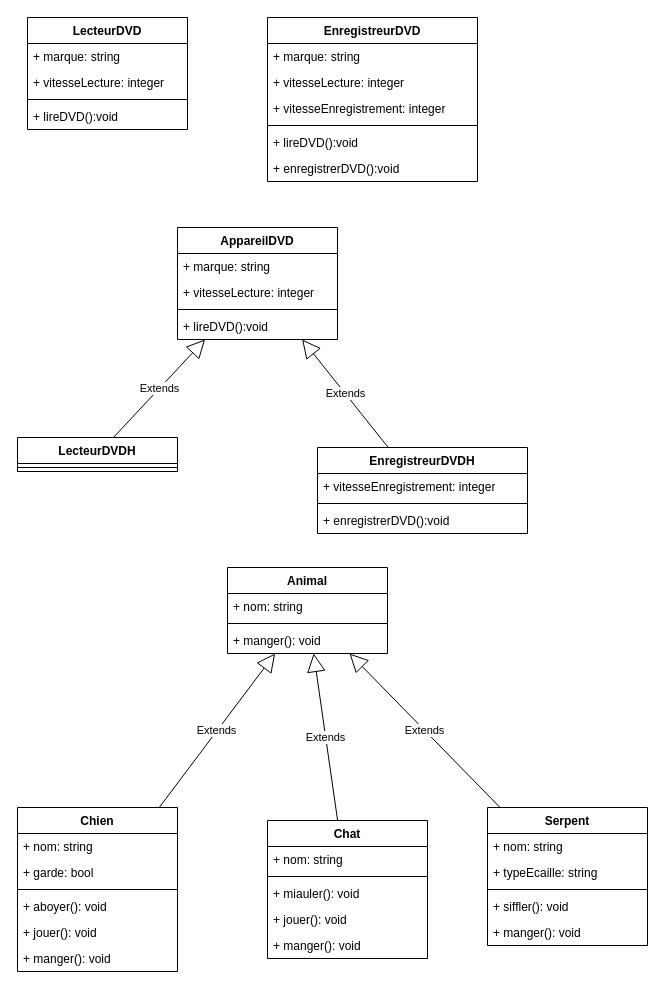
Earlier version of the draw.io diagram NotesCours/5.Héritage/1.BaseAnimaux/diagramme.drawio (choquitofrito/Int3-WAD-POO). Source tidied: cells renumbered, new cells numbered last; positions are measured from the earlier drawing's top-left corner, leaving out a move shared by most shapes. Both pictures are drawn from the tidied source at 100%, with x=0, y=0 at pixel (17, 17).
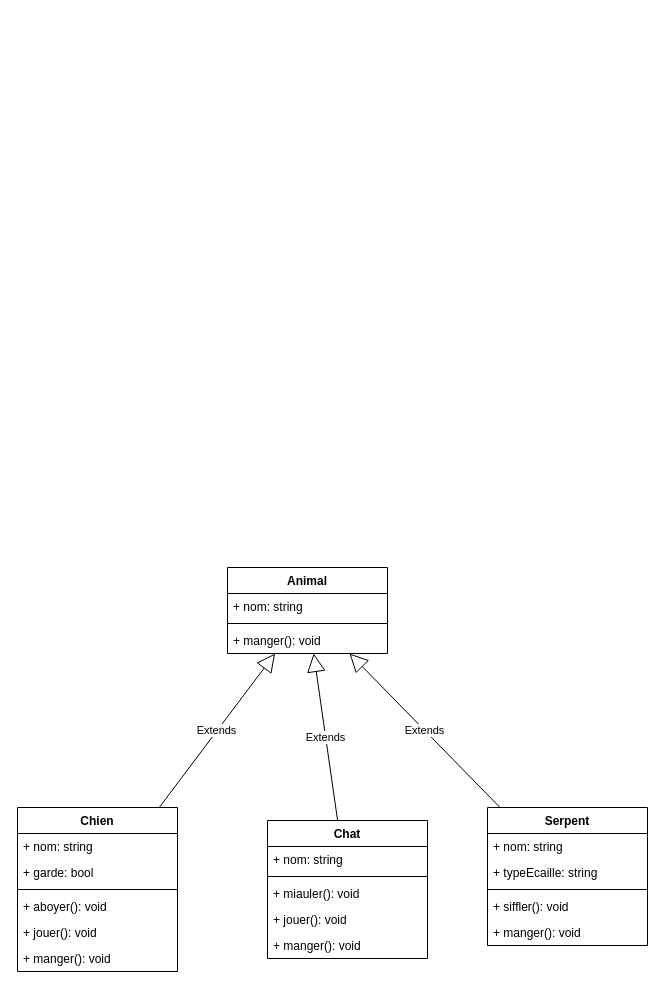
After the change.

Diff of the diagram source:
```diff
@@
-    <mxCell id="2" value="LecteurDVD" style="swimlane;fontStyle=1;align=center;verticalAlign=top;horizontal=1;startSize=26;whiteSpace=wrap;html=1;" parent="1" vertex="1">
-      <mxGeometry x="10" width="160" height="112" as="geometry" />
-    </mxCell>
-    <mxCell id="3" value="+ marque: string" style="text;strokeColor=none;fillColor=none;align=left;verticalAlign=top;spacingLeft=4;spacingRight=4;overflow=hidden;whiteSpace=wrap;html=1;" parent="2" vertex="1">
-      <mxGeometry y="26" width="160" height="26" as="geometry" />
-    </mxCell>
-    <mxCell id="4" value="+ vitesseLecture: integer" style="text;strokeColor=none;fillColor=none;align=left;verticalAlign=top;spacingLeft=4;spacingRight=4;overflow=hidden;whiteSpace=wrap;html=1;" parent="2" vertex="1">
-      <mxGeometry y="52" width="160" height="26" as="geometry" />
-    </mxCell>
-    <mxCell id="5" style="line;strokeWidth=1;fillColor=none;align=left;verticalAlign=middle;spacingTop=-1;spacingLeft=3;spacingRight=3;labelPosition=right;strokeColor=inherit;" parent="2" vertex="1">
-      <mxGeometry y="78" width="160" height="8" as="geometry" />
-    </mxCell>
-    <mxCell id="6" value="+ lireDVD():void" style="text;strokeColor=none;fillColor=none;align=left;verticalAlign=top;spacingLeft=4;spacingRight=4;overflow=hidden;whiteSpace=wrap;html=1;" parent="2" vertex="1">
-      <mxGeometry y="86" width="160" height="26" as="geometry" />
-    </mxCell>
-    <mxCell id="7" value="EnregistreurDVD" style="swimlane;fontStyle=1;align=center;verticalAlign=top;horizontal=1;startSize=26;whiteSpace=wrap;html=1;" parent="1" vertex="1">
-      <mxGeometry x="250" width="210" height="164" as="geometry" />
-    </mxCell>
-    <mxCell id="8" value="+ marque: string" style="text;strokeColor=none;fillColor=none;align=left;verticalAlign=top;spacingLeft=4;spacingRight=4;overflow=hidden;whiteSpace=wrap;html=1;" parent="7" vertex="1">
-      <mxGeometry y="26" width="210" height="26" as="geometry" />
-    </mxCell>
-    <mxCell id="9" value="+ vitesseLecture: integer" style="text;strokeColor=none;fillColor=none;align=left;verticalAlign=top;spacingLeft=4;spacingRight=4;overflow=hidden;whiteSpace=wrap;html=1;" parent="7" vertex="1">
-      <mxGeometry y="52" width="210" height="26" as="geometry" />
-    </mxCell>
-    <mxCell id="10" value="+ vitesseEnregistrement: integer" style="text;strokeColor=none;fillColor=none;align=left;verticalAlign=top;spacingLeft=4;spacingRight=4;overflow=hidden;whiteSpace=wrap;html=1;" parent="7" vertex="1">
-      <mxGeometry y="78" width="210" height="26" as="geometry" />
-    </mxCell>
-    <mxCell id="11" style="line;strokeWidth=1;fillColor=none;align=left;verticalAlign=middle;spacingTop=-1;spacingLeft=3;spacingRight=3;labelPosition=right;strokeColor=inherit;" parent="7" vertex="1">
-      <mxGeometry y="104" width="210" height="8" as="geometry" />
-    </mxCell>
-    <mxCell id="12" value="+ lireDVD():void" style="text;strokeColor=none;fillColor=none;align=left;verticalAlign=top;spacingLeft=4;spacingRight=4;overflow=hidden;whiteSpace=wrap;html=1;" parent="7" vertex="1">
-      <mxGeometry y="112" width="210" height="26" as="geometry" />
-    </mxCell>
-    <mxCell id="13" value="+ enregistrerDVD():void" style="text;strokeColor=none;fillColor=none;align=left;verticalAlign=top;spacingLeft=4;spacingRight=4;overflow=hidden;whiteSpace=wrap;html=1;" parent="7" vertex="1">
-      <mxGeometry y="138" width="210" height="26" as="geometry" />
-    </mxCell>
-    <mxCell id="14" value="LecteurDVDH" style="swimlane;fontStyle=1;align=center;verticalAlign=top;horizontal=1;startSize=26;whiteSpace=wrap;html=1;" parent="1" vertex="1">
-      <mxGeometry y="420" width="160" height="34" as="geometry" />
-    </mxCell>
-    <mxCell id="15" style="line;strokeWidth=1;fillColor=none;align=left;verticalAlign=middle;spacingTop=-1;spacingLeft=3;spacingRight=3;labelPosition=right;strokeColor=inherit;" parent="14" vertex="1">
-      <mxGeometry y="26" width="160" height="8" as="geometry" />
-    </mxCell>
-    <mxCell id="16" value="EnregistreurDVDH" style="swimlane;fontStyle=1;align=center;verticalAlign=top;horizontal=1;startSize=26;whiteSpace=wrap;html=1;" parent="1" vertex="1">
-      <mxGeometry x="300" y="430" width="210" height="86" as="geometry" />
-    </mxCell>
-    <mxCell id="17" value="+ vitesseEnregistrement: integer" style="text;strokeColor=none;fillColor=none;align=left;verticalAlign=top;spacingLeft=4;spacingRight=4;overflow=hidden;whiteSpace=wrap;html=1;" parent="16" vertex="1">
-      <mxGeometry y="26" width="210" height="26" as="geometry" />
-    </mxCell>
-    <mxCell id="18" style="line;strokeWidth=1;fillColor=none;align=left;verticalAlign=middle;spacingTop=-1;spacingLeft=3;spacingRight=3;labelPosition=right;strokeColor=inherit;" parent="16" vertex="1">
-      <mxGeometry y="52" width="210" height="8" as="geometry" />
-    </mxCell>
-    <mxCell id="19" value="+ enregistrerDVD():void" style="text;strokeColor=none;fillColor=none;align=left;verticalAlign=top;spacingLeft=4;spacingRight=4;overflow=hidden;whiteSpace=wrap;html=1;" parent="16" vertex="1">
-      <mxGeometry y="60" width="210" height="26" as="geometry" />
-    </mxCell>
-    <mxCell id="20" value="AppareilDVD" style="swimlane;fontStyle=1;align=center;verticalAlign=top;horizontal=1;startSize=26;whiteSpace=wrap;html=1;" parent="1" vertex="1">
-      <mxGeometry x="160" y="210" width="160" height="112" as="geometry" />
-    </mxCell>
-    <mxCell id="21" value="+ marque: string" style="text;strokeColor=none;fillColor=none;align=left;verticalAlign=top;spacingLeft=4;spacingRight=4;overflow=hidden;whiteSpace=wrap;html=1;" parent="20" vertex="1">
-      <mxGeometry y="26" width="160" height="26" as="geometry" />
-    </mxCell>
-    <mxCell id="22" value="+ vitesseLecture: integer" style="text;strokeColor=none;fillColor=none;align=left;verticalAlign=top;spacingLeft=4;spacingRight=4;overflow=hidden;whiteSpace=wrap;html=1;" parent="20" vertex="1">
-      <mxGeometry y="52" width="160" height="26" as="geometry" />
-    </mxCell>
-    <mxCell id="23" style="line;strokeWidth=1;fillColor=none;align=left;verticalAlign=middle;spacingTop=-1;spacingLeft=3;spacingRight=3;labelPosition=right;strokeColor=inherit;" parent="20" vertex="1">
-      <mxGeometry y="78" width="160" height="8" as="geometry" />
-    </mxCell>
-    <mxCell id="24" value="+ lireDVD():void" style="text;strokeColor=none;fillColor=none;align=left;verticalAlign=top;spacingLeft=4;spacingRight=4;overflow=hidden;whiteSpace=wrap;html=1;" parent="20" vertex="1">
-      <mxGeometry y="86" width="160" height="26" as="geometry" />
-    </mxCell>
-    <mxCell id="25" value="Extends" style="endArrow=block;endSize=16;endFill=0;html=1;rounded=0;" parent="1" edge="1" source="14" target="20">
-      <mxGeometry relative="1" as="geometry" />
-    </mxCell>
-    <mxCell id="26" value="Extends" style="endArrow=block;endSize=16;endFill=0;html=1;rounded=0;" parent="1" edge="1" source="16" target="20">
-      <mxGeometry relative="1" as="geometry" />
-    </mxCell>
```
